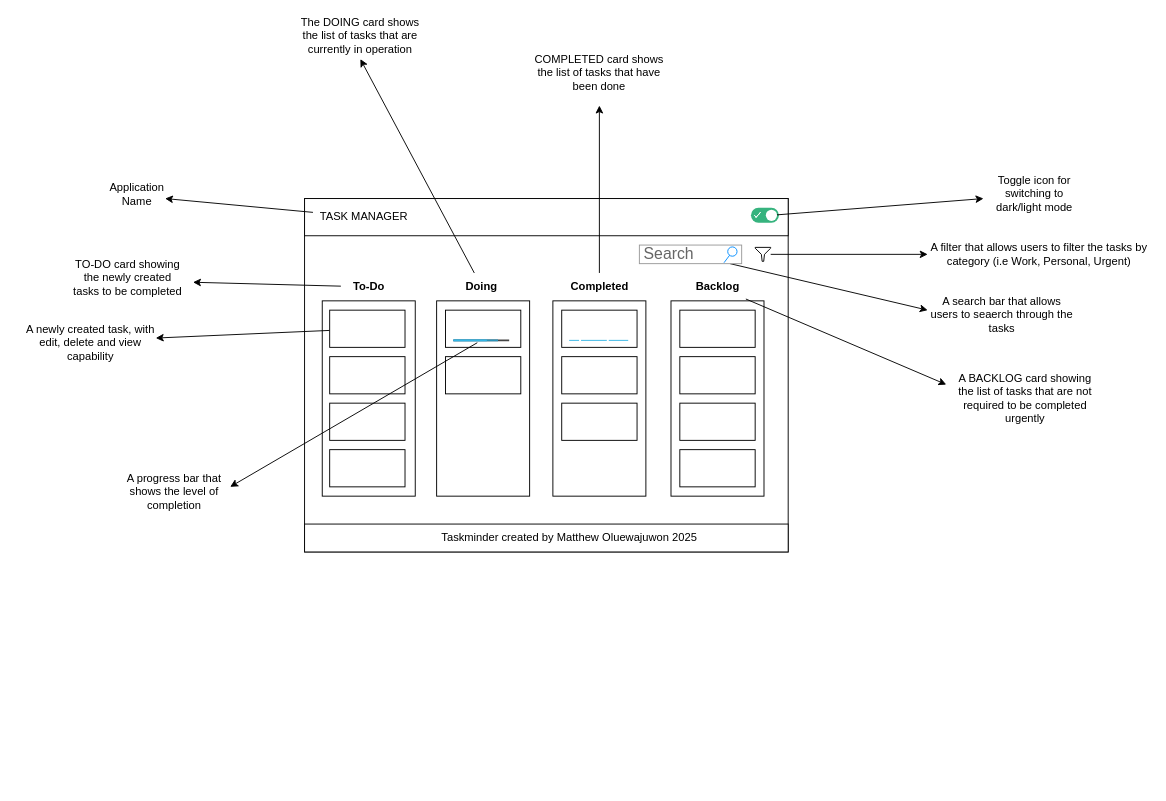
Earlier version of the draw.io diagram architecture-flow.drawio (Matthew-Oluwajuwon/task-manager). Source tidied: cells renumbered, new cells numbered last; positions are measured from the earlier drawing's top-left corner, leaving out a move shared by most shapes. Both pictures are drawn from the tidied source at 93%, with x=0, y=0 at pixel (16, 21).
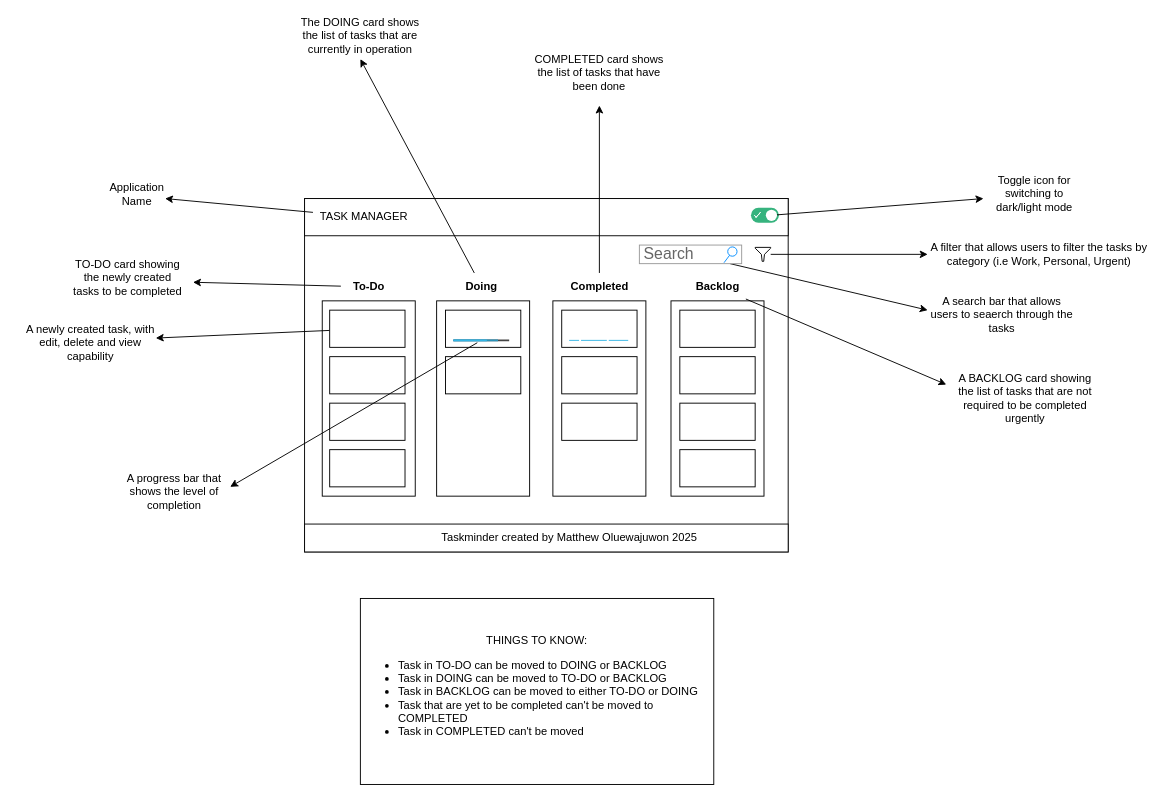
Above is the later version.

What changed in the source:
```diff
@@
+    <mxCell id="55" value="THINGS TO KNOW:&lt;br&gt;&lt;ul&gt;&lt;li style=&quot;text-align: left;&quot;&gt;Task in TO-DO can be moved to DOING or BACKLOG&lt;/li&gt;&lt;li style=&quot;text-align: left;&quot;&gt;Task in DOING can be moved to TO-DO or BACKLOG&lt;/li&gt;&lt;li style=&quot;text-align: left;&quot;&gt;Task in BACKLOG can be moved to either TO-DO or DOING&lt;/li&gt;&lt;li style=&quot;text-align: left;&quot;&gt;Task that are yet to be completed can't be moved to COMPLETED&lt;/li&gt;&lt;li style=&quot;text-align: left;&quot;&gt;Task in COMPLETED can't be moved&lt;/li&gt;&lt;/ul&gt;" style="whiteSpace=wrap;html=1;" parent="1" vertex="1">
+      <mxGeometry x="370" y="620" width="380" height="200" as="geometry" />
+    </mxCell>
```
